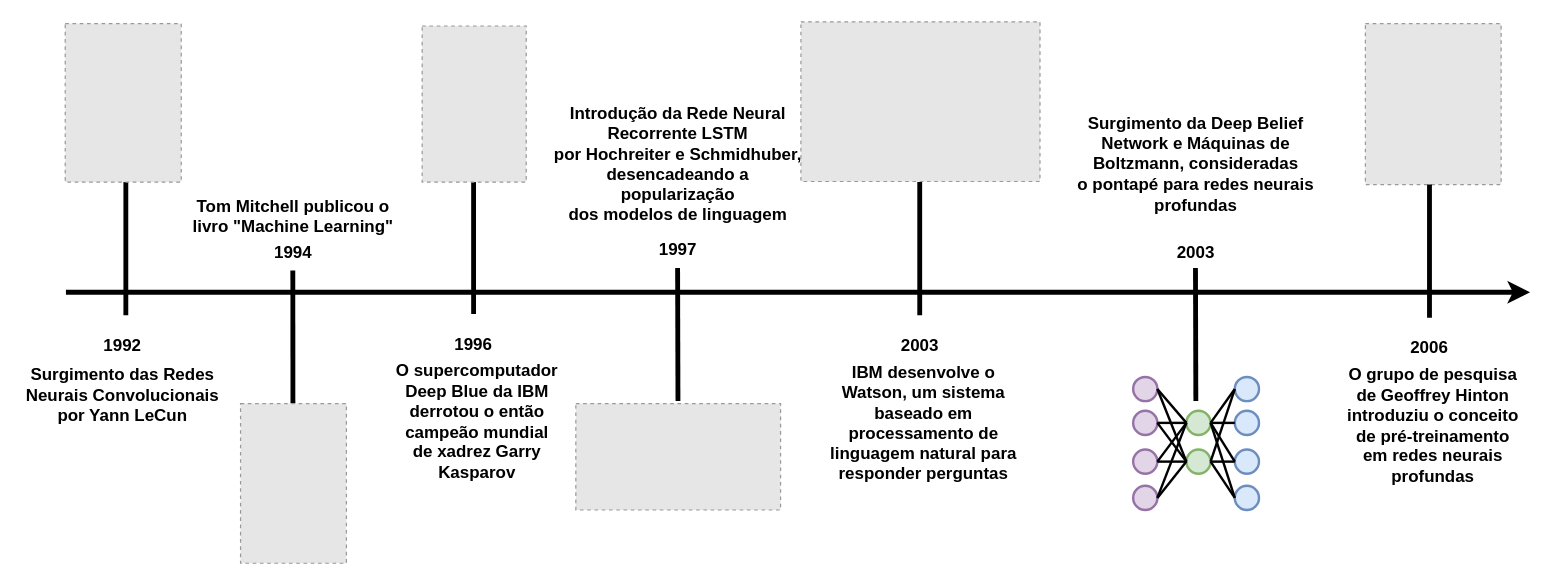
Above: timeline9020.drawio in giacicunb/iagora (draw.io), before the change. Source tidied: cells renumbered, new cells numbered last; positions are measured from the earlier drawing's top-left corner, leaving out a move shared by most shapes. Both pictures are drawn from the tidied source at 121%, with x=0, y=0 at pixel (19, 21). Pictures stored in the file or linked from it are replaced by grey dashed boxes.
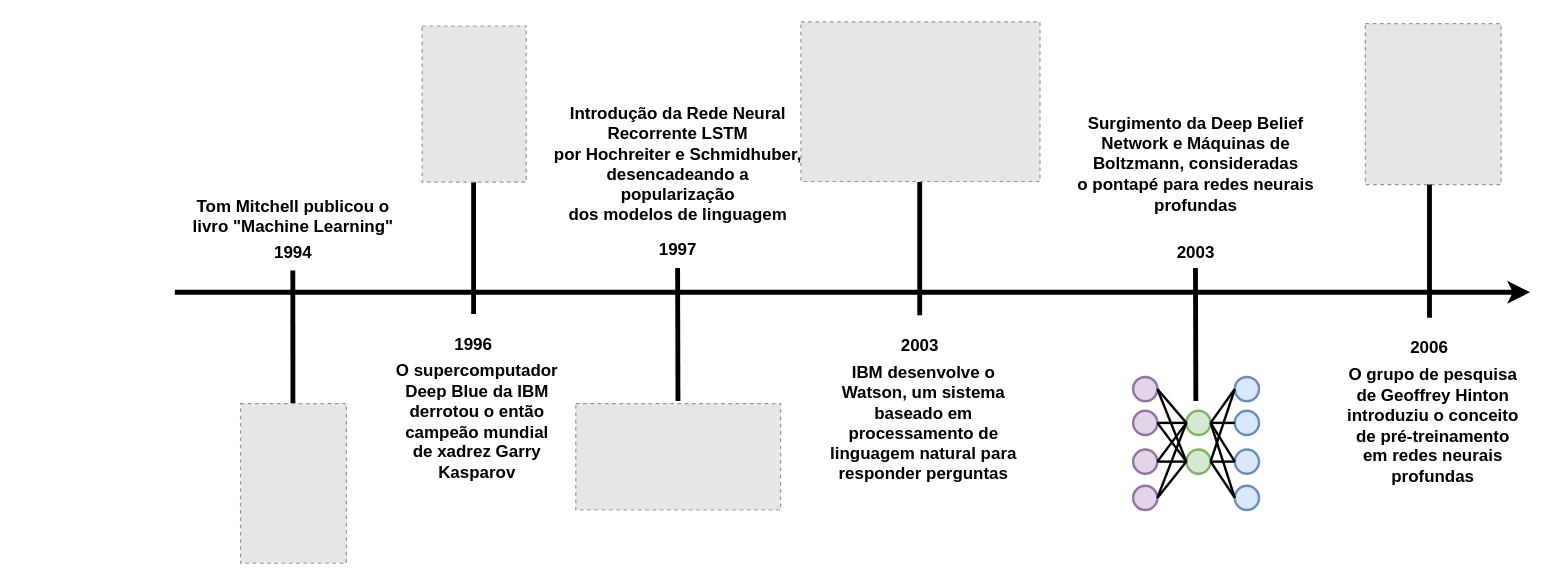
The same diagram, later.

The edit, as a diff of the source:
```diff
@@
     <mxCell id="2" style="endArrow=classic;html=1;rounded=0;strokeWidth=4;" parent="1" edge="1">
       <mxGeometry relative="1" as="geometry">
-        <mxPoint x="38" y="224" as="sourcePoint" />
+        <mxPoint x="128" y="224" as="sourcePoint" />
         <mxPoint x="1248" y="224" as="targetPoint" />
       </mxGeometry>
     </mxCell>
@@
-    <mxCell id="8" value="1992" style="text;html=1;align=center;verticalAlign=middle;whiteSpace=wrap;rounded=0;fontSize=14;fontStyle=1;" parent="1" vertex="1">
-      <mxGeometry x="55.4" y="253" width="60" height="30" as="geometry" />
-    </mxCell>
-    <mxCell id="9" value="Surgimento das Redes Neurais Convolucionais&lt;div&gt;por Yann LeCun&lt;/div&gt;" style="text;html=1;align=center;verticalAlign=middle;whiteSpace=wrap;rounded=0;fontSize=14;fontStyle=1;" parent="1" vertex="1">
-      <mxGeometry x="0.4" y="294" width="170" height="30" as="geometry" />
-    </mxCell>
-    <mxCell id="10" style="endArrow=none;html=1;rounded=0;entryX=0.5;entryY=1;entryDx=0;entryDy=0;strokeWidth=4;fontSize=14;fontStyle=1;" parent="1" edge="1">
-      <mxGeometry relative="1" as="geometry">
-        <mxPoint x="87.5" y="243" as="sourcePoint" />
-        <mxPoint x="87.5" y="133" as="targetPoint" />
-      </mxGeometry>
-    </mxCell>
@@
-    <mxCell id="15" style="fillColor=#E6E6E6;strokeColor=#999999;dashed=1;verticalLabelPosition=bottom;labelBackgroundColor=default;verticalAlign=top;" parent="1" vertex="1">
-      <mxGeometry x="37.4" y="2" width="95.9" height="131" as="geometry" />
-    </mxCell>
```
